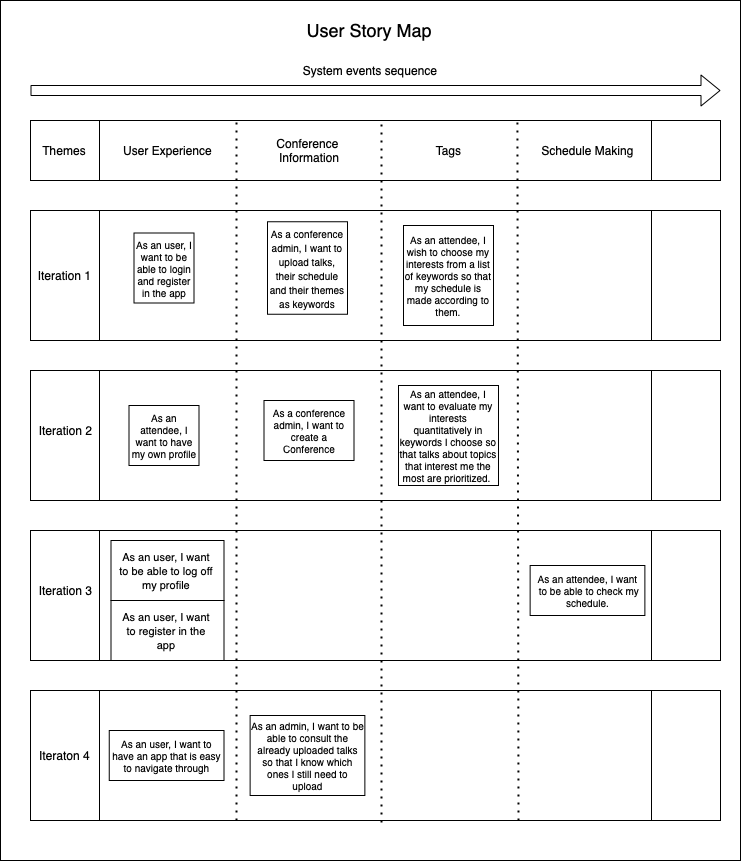
Earlier version of the draw.io export img/user_story_map.png (claramoreirag/FEUP-ESOF). Source tidied: cells renumbered, new cells last; positions are measured from the earlier drawing's top-left corner, leaving out a move shared by most shapes.
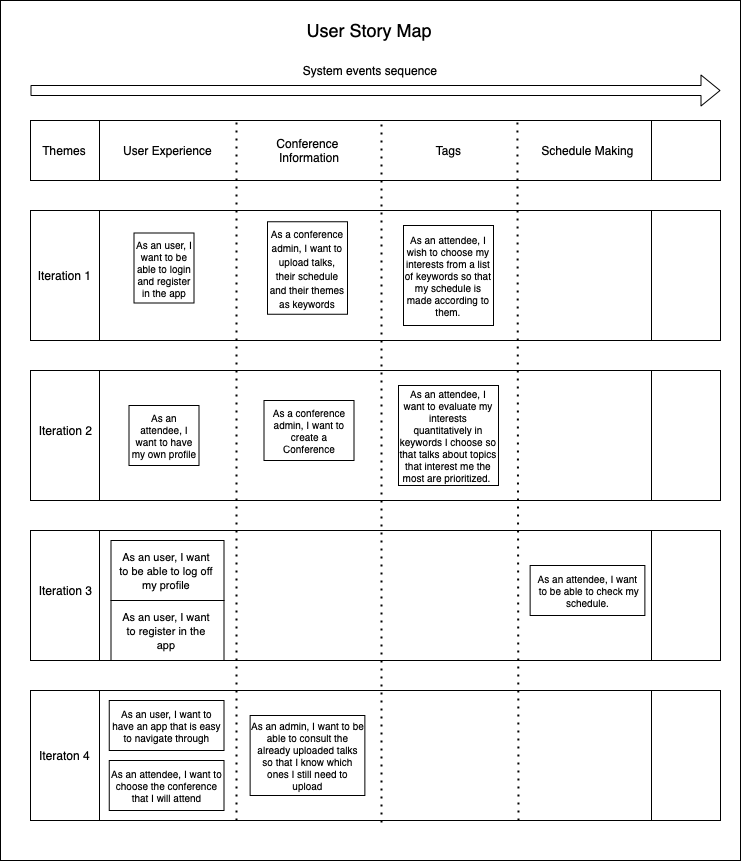
Later version of the same file.

Commit message:
Update user stories

The edit, as a diff of the source:
```diff
@@ -120,10 +120,13 @@
       <mxGeometry x="6" width="98" height="60" as="geometry" />
     </mxCell>
     <mxCell id="37" value="As an user, I want to have an app that is easy to navigate through" style="rounded=0;whiteSpace=wrap;html=1;fontSize=10;align=center;" parent="1" vertex="1">
-      <mxGeometry x="108.8" y="730" width="114.8" height="50" as="geometry" />
+      <mxGeometry x="108.8" y="700" width="114.8" height="50" as="geometry" />
     </mxCell>
     <mxCell id="38" value="As an admin, I want to be able to consult the already uploaded talks so that I know which ones I still need to upload" style="rounded=0;whiteSpace=wrap;html=1;fontSize=10;align=center;" parent="1" vertex="1">
       <mxGeometry x="249.6" y="715" width="114.8" height="80" as="geometry" />
     </mxCell>
+    <mxCell id="39" value="As an attendee, I want to choose the conference that I will attend" style="rounded=0;whiteSpace=wrap;html=1;fontSize=10;align=center;" parent="1" vertex="1">
+      <mxGeometry x="108.8" y="760" width="114.8" height="50" as="geometry" />
+    </mxCell>
   </root>
 </mxGraphModel>
```
